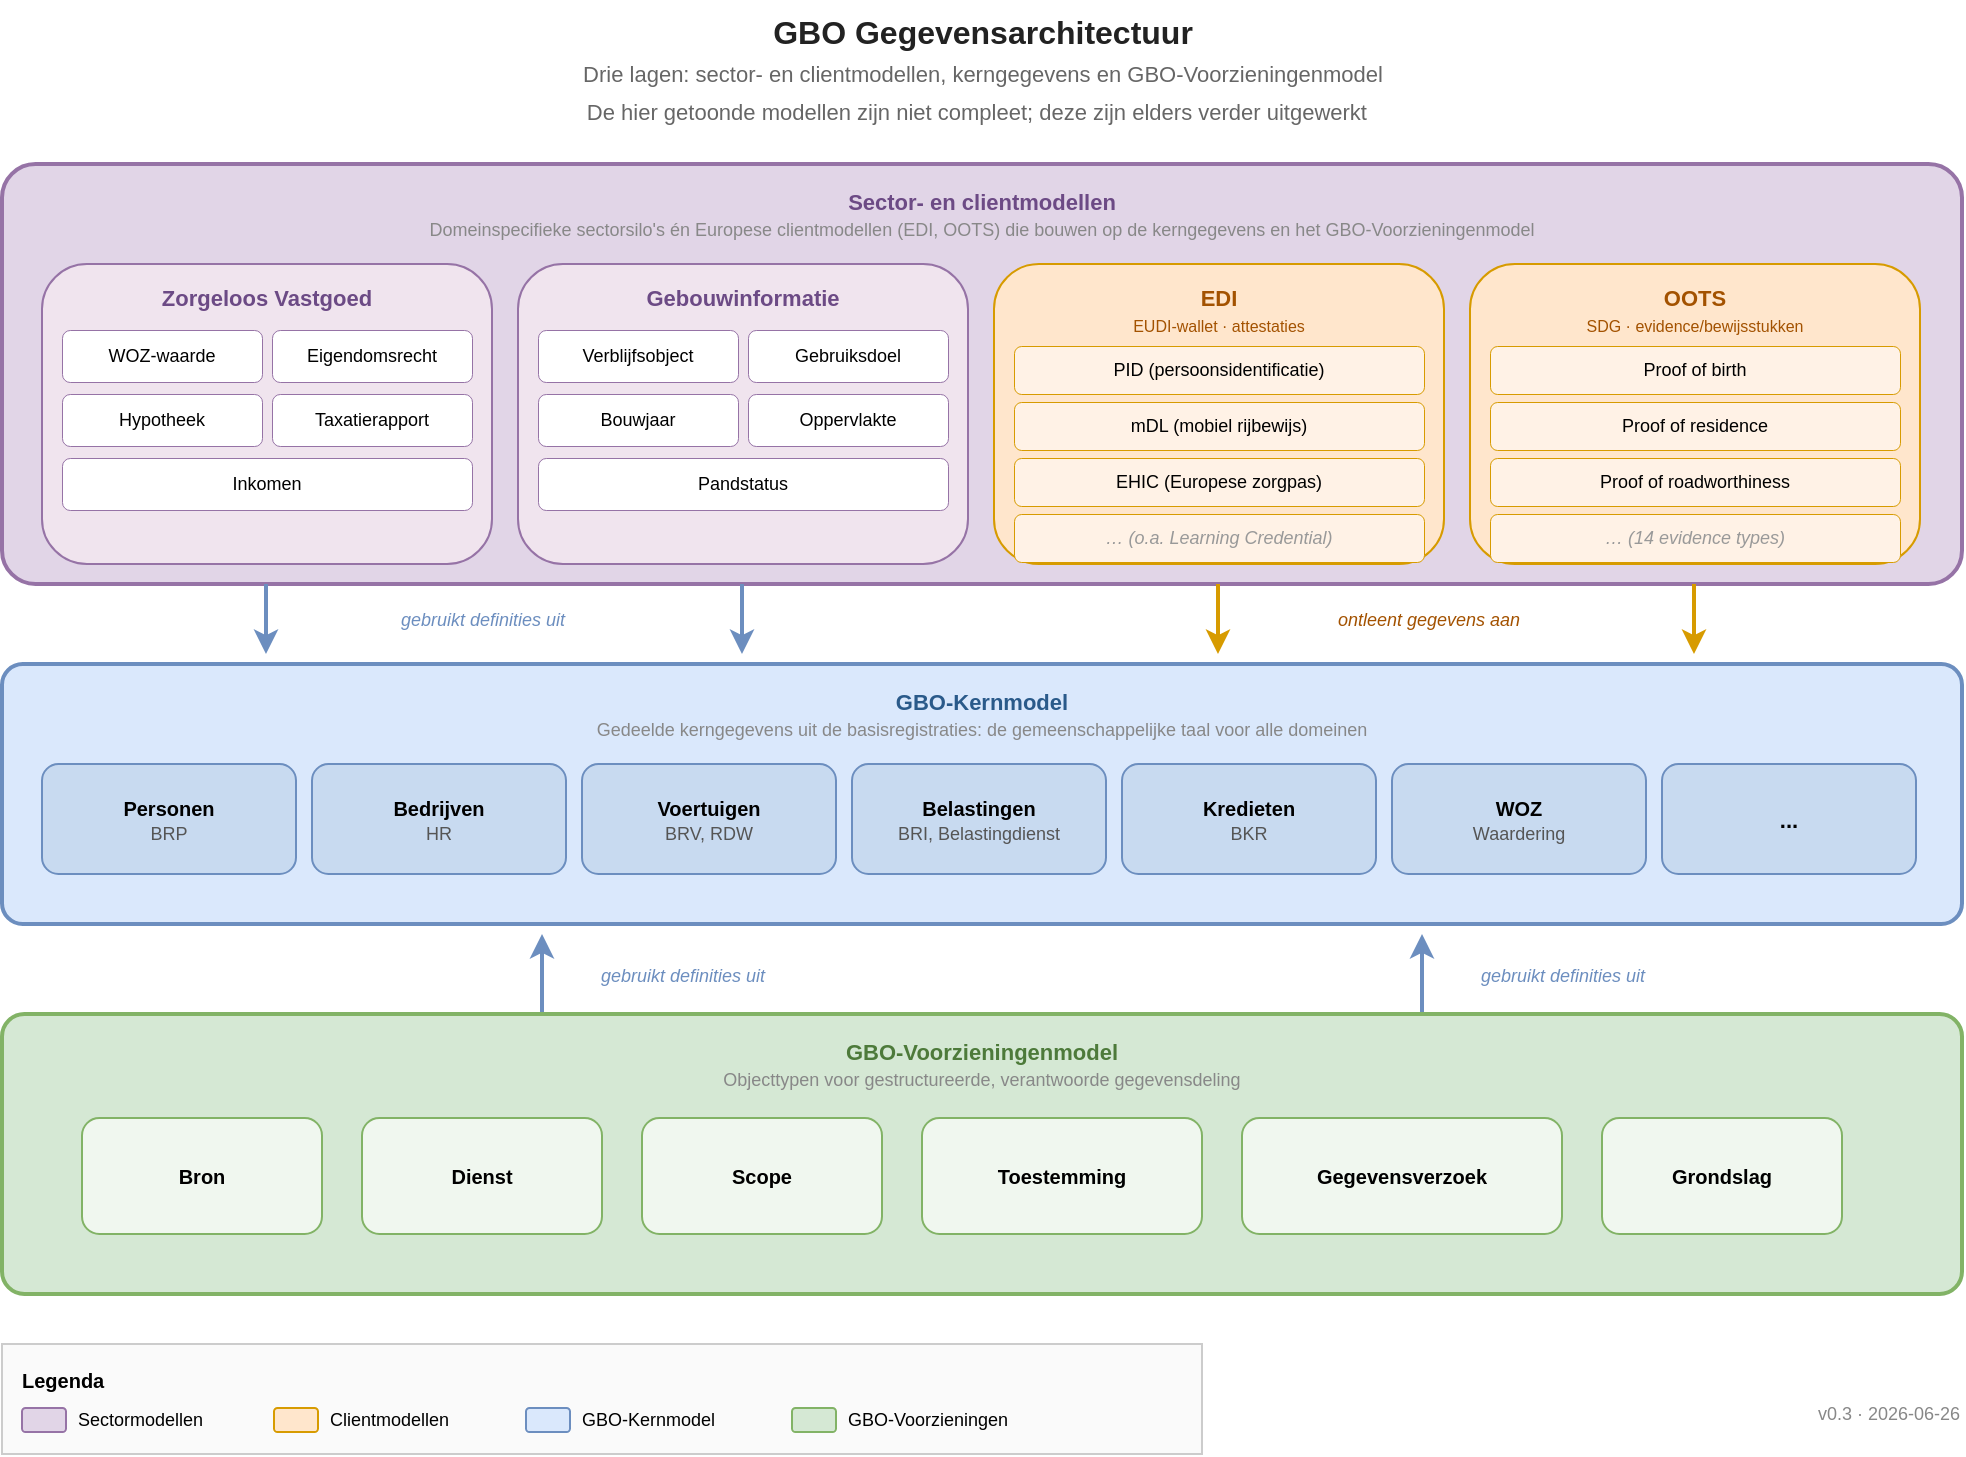
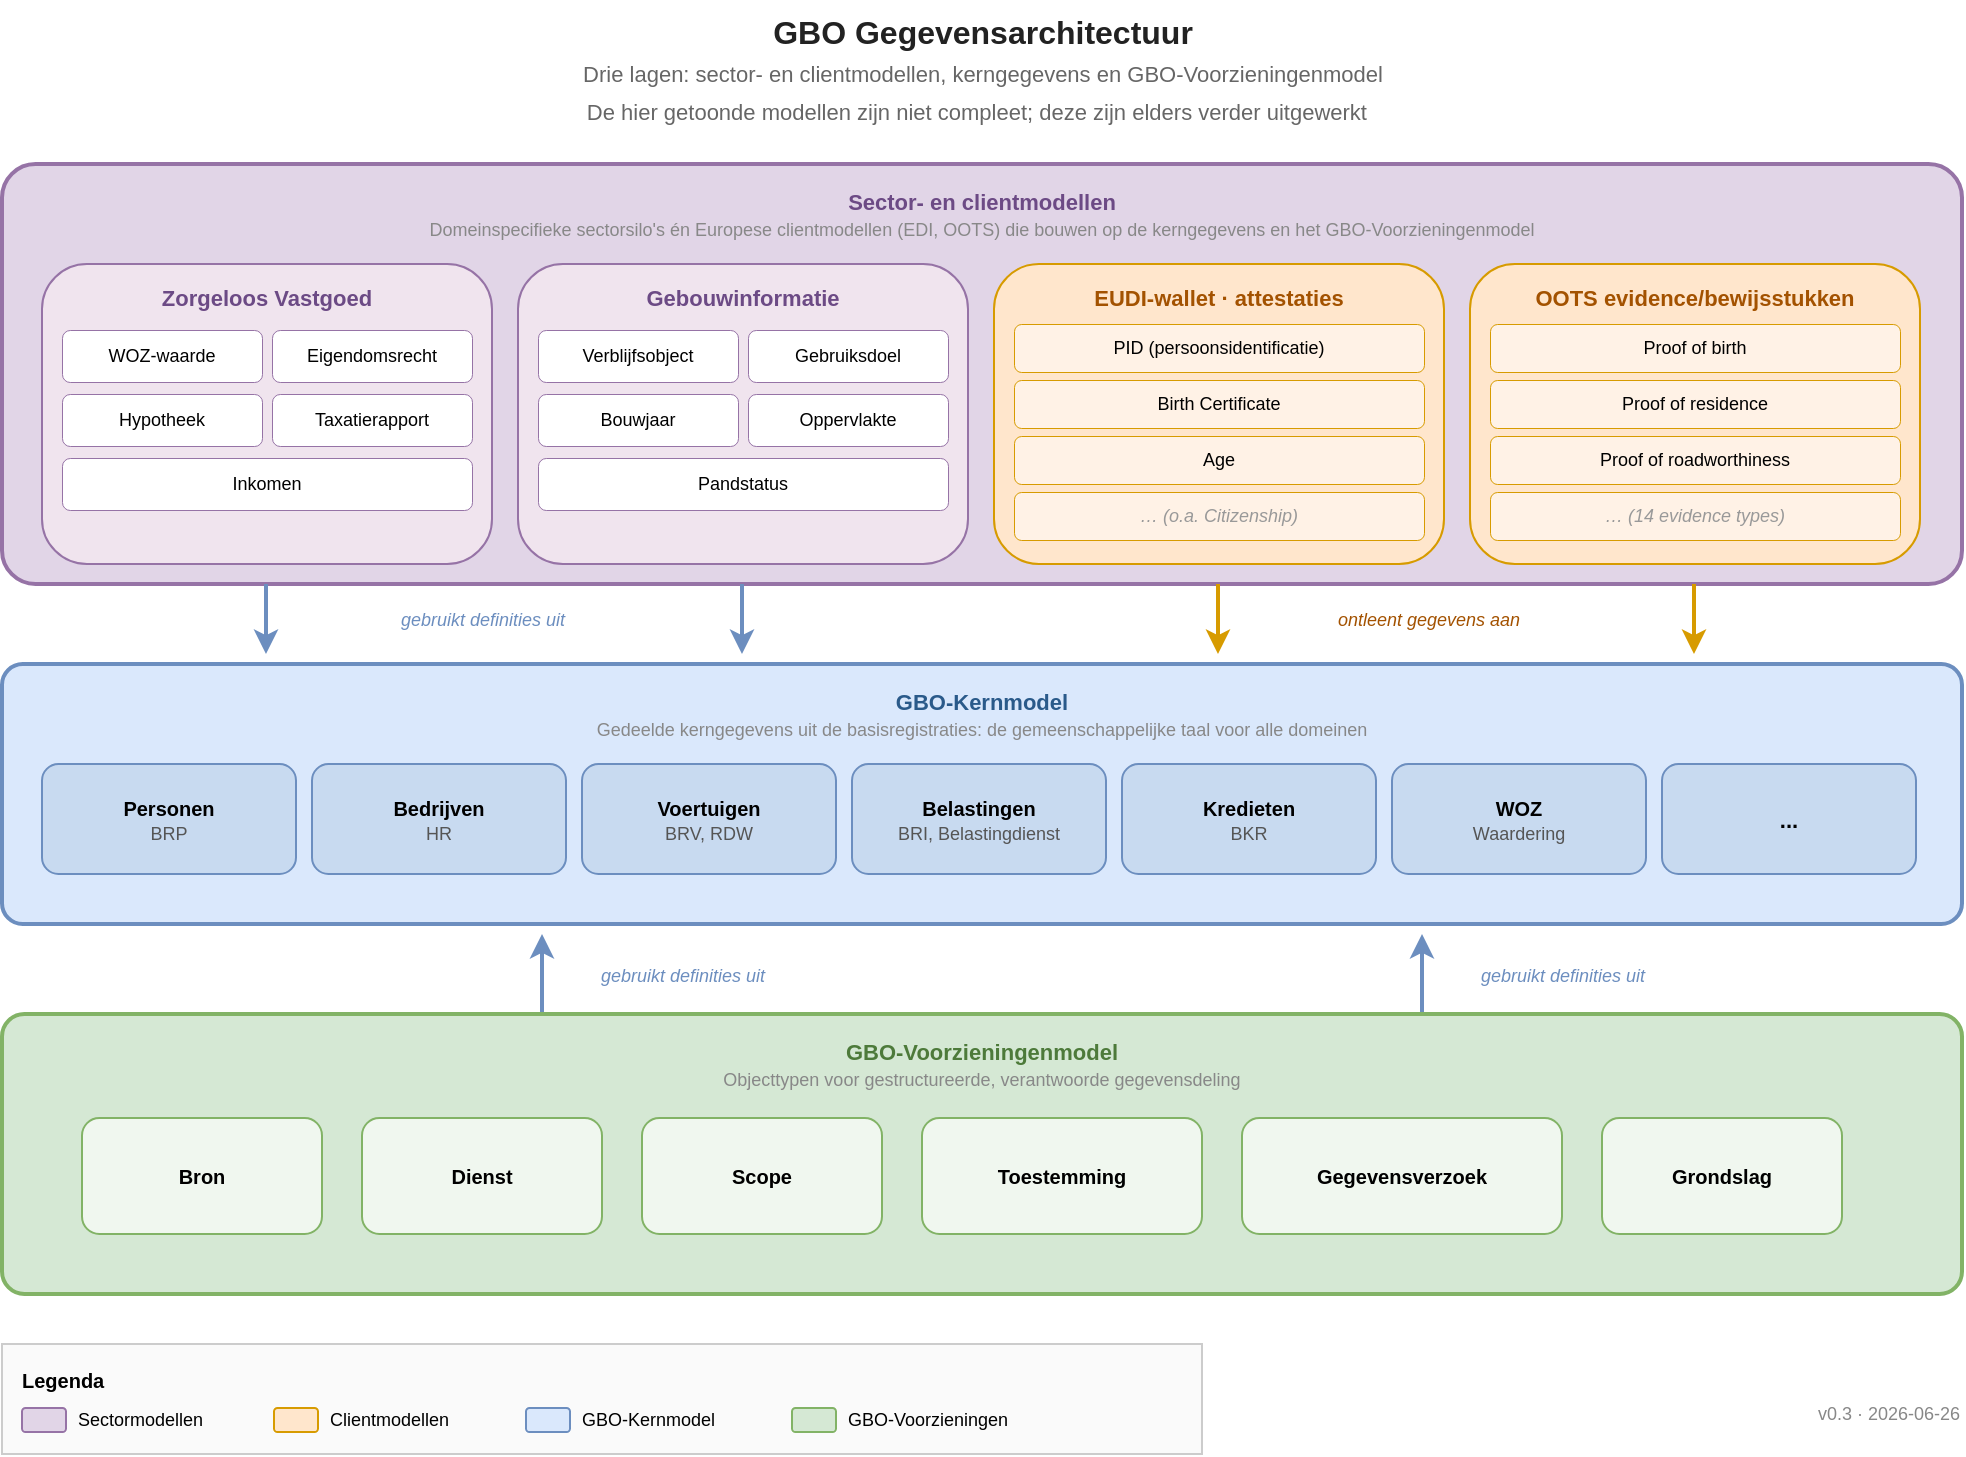
<mxfile host="Electron" agent="Mozilla/5.0 (Macintosh; Intel Mac OS X 10_15_7) AppleWebKit/537.36 (KHTML, like Gecko) draw.io/29.6.6 Chrome/144.0.7559.236 Electron/40.8.4 Safari/537.36">
  <diagram name="Gegevensarchitectuur" id="gbo-gegevensarchitectuur">
    <mxGraphModel dx="1006" dy="777" grid="1" gridSize="10" guides="1" tooltips="1" connect="1" arrows="1" fold="1" page="1" pageScale="1" pageWidth="1100" pageHeight="820" math="0" shadow="0">
      <root>
        <mxCell id="0" />
        <mxCell id="1" parent="0" />
        <mxCell id="title" parent="1" style="text;html=1;align=center;verticalAlign=middle;resizable=0;points=[];autosize=1;strokeColor=none;fillColor=none;fontSize=16;fontColor=#222222;" value="&lt;b&gt;GBO Gegevensarchitectuur&lt;/b&gt;&lt;br&gt;&lt;font style=&quot;font-size:11px;color:#666&quot;&gt;Drie lagen: sector- en clientmodellen, kerngegevens en GBO-Voorzieningenmodel&lt;/font&gt;&lt;div&gt;&lt;font style=&quot;font-size:11px;color:#666&quot;&gt;De hier getoonde modellen zijn niet compleet; deze zijn elders verder uitgewerkt&amp;nbsp;&amp;nbsp;&lt;/font&gt;&lt;/div&gt;" vertex="1">
          <mxGeometry height="70" width="410" x="345" y="11" as="geometry" />
        </mxCell>
        <mxCell id="layer-sector" parent="1" style="rounded=1;whiteSpace=wrap;html=1;fillColor=#e1d5e7;strokeColor=#9673a6;strokeWidth=2;verticalAlign=top;fontSize=11;fontColor=#6c4a85;align=center;spacingTop=6;arcSize=8;" value="&lt;b&gt;Sector- en clientmodellen&lt;/b&gt;&lt;br&gt;&lt;font style=&quot;font-size:9px;color:#888&quot;&gt;Domeinspecifieke sectorsilo&#39;s én Europese clientmodellen (EDI, OOTS) die bouwen op de kerngegevens en het GBO-Voorzieningenmodel&lt;/font&gt;" vertex="1">
          <mxGeometry height="210" width="980" x="60" y="93" as="geometry" />
        </mxCell>
        <mxCell id="silo-zv" parent="1" style="rounded=1;whiteSpace=wrap;html=1;fillColor=#f0e4ee;strokeColor=#9673a6;strokeWidth=1;verticalAlign=top;fontSize=11;fontColor=#6c4a85;align=center;spacingTop=4;" value="&lt;b&gt;Zorgeloos Vastgoed&lt;/b&gt;" vertex="1">
          <mxGeometry height="150" width="225" x="80" y="143" as="geometry" />
        </mxCell>
        <mxCell id="zv-woz" parent="1" style="rounded=1;whiteSpace=wrap;html=1;fillColor=#ffffff;strokeColor=#9673a6;strokeWidth=0.5;verticalAlign=middle;fontSize=9;" value="WOZ-waarde" vertex="1">
          <mxGeometry height="26" width="100" x="90" y="176" as="geometry" />
        </mxCell>
        <mxCell id="zv-eigendom" parent="1" style="rounded=1;whiteSpace=wrap;html=1;fillColor=#ffffff;strokeColor=#9673a6;strokeWidth=0.5;verticalAlign=middle;fontSize=9;" value="Eigendomsrecht" vertex="1">
          <mxGeometry height="26" width="100" x="195" y="176" as="geometry" />
        </mxCell>
        <mxCell id="zv-hypotheek" parent="1" style="rounded=1;whiteSpace=wrap;html=1;fillColor=#ffffff;strokeColor=#9673a6;strokeWidth=0.5;verticalAlign=middle;fontSize=9;" value="Hypotheek" vertex="1">
          <mxGeometry height="26" width="100" x="90" y="208" as="geometry" />
        </mxCell>
        <mxCell id="zv-taxatie" parent="1" style="rounded=1;whiteSpace=wrap;html=1;fillColor=#ffffff;strokeColor=#9673a6;strokeWidth=0.5;verticalAlign=middle;fontSize=9;" value="Taxatierapport" vertex="1">
          <mxGeometry height="26" width="100" x="195" y="208" as="geometry" />
        </mxCell>
        <mxCell id="zv-energie" parent="1" style="rounded=1;whiteSpace=wrap;html=1;fillColor=#ffffff;strokeColor=#9673a6;strokeWidth=0.5;verticalAlign=middle;fontSize=9;" value="Inkomen" vertex="1">
          <mxGeometry height="26" width="205" x="90" y="240" as="geometry" />
        </mxCell>
        <mxCell id="silo-gi" parent="1" style="rounded=1;whiteSpace=wrap;html=1;fillColor=#f0e4ee;strokeColor=#9673a6;strokeWidth=1;verticalAlign=top;fontSize=11;fontColor=#6c4a85;align=center;spacingTop=4;" value="&lt;b&gt;Gebouwinformatie&lt;/b&gt;" vertex="1">
          <mxGeometry height="150" width="225" x="318" y="143" as="geometry" />
        </mxCell>
        <mxCell id="gi-verblijf" parent="1" style="rounded=1;whiteSpace=wrap;html=1;fillColor=#ffffff;strokeColor=#9673a6;strokeWidth=0.5;verticalAlign=middle;fontSize=9;" value="Verblijfsobject" vertex="1">
          <mxGeometry height="26" width="100" x="328" y="176" as="geometry" />
        </mxCell>
        <mxCell id="gi-gebruik" parent="1" style="rounded=1;whiteSpace=wrap;html=1;fillColor=#ffffff;strokeColor=#9673a6;strokeWidth=0.5;verticalAlign=middle;fontSize=9;" value="Gebruiksdoel" vertex="1">
          <mxGeometry height="26" width="100" x="433" y="176" as="geometry" />
        </mxCell>
        <mxCell id="gi-bouwjaar" parent="1" style="rounded=1;whiteSpace=wrap;html=1;fillColor=#ffffff;strokeColor=#9673a6;strokeWidth=0.5;verticalAlign=middle;fontSize=9;" value="Bouwjaar" vertex="1">
          <mxGeometry height="26" width="100" x="328" y="208" as="geometry" />
        </mxCell>
        <mxCell id="gi-opp" parent="1" style="rounded=1;whiteSpace=wrap;html=1;fillColor=#ffffff;strokeColor=#9673a6;strokeWidth=0.5;verticalAlign=middle;fontSize=9;" value="Oppervlakte" vertex="1">
          <mxGeometry height="26" width="100" x="433" y="208" as="geometry" />
        </mxCell>
        <mxCell id="gi-status" parent="1" style="rounded=1;whiteSpace=wrap;html=1;fillColor=#ffffff;strokeColor=#9673a6;strokeWidth=0.5;verticalAlign=middle;fontSize=9;" value="Pandstatus" vertex="1">
          <mxGeometry height="26" width="205" x="328" y="240" as="geometry" />
        </mxCell>
-         <mxCell id="silo-edi" parent="1" style="rounded=1;whiteSpace=wrap;html=1;fillColor=#ffe6cc;strokeColor=#d79b00;strokeWidth=1;verticalAlign=top;fontSize=11;fontColor=#a35200;align=center;spacingTop=4;" value="&lt;b&gt;EDI&lt;/b&gt;&lt;br&gt;&lt;font style=&quot;font-size:8px;color:#a35200&quot;&gt;EUDI-wallet · attestaties&lt;/font&gt;" vertex="1">
+         <mxCell id="silo-edi" parent="1" style="rounded=1;whiteSpace=wrap;html=1;fillColor=#ffe6cc;strokeColor=#d79b00;strokeWidth=1;verticalAlign=top;fontSize=11;fontColor=#a35200;align=center;spacingTop=4;" value="&lt;font style=&quot;color: rgb(163, 82, 0);&quot;&gt;&lt;b&gt;EUDI-wallet · attestaties&lt;/b&gt;&lt;/font&gt;" vertex="1">
          <mxGeometry height="150" width="225" x="556" y="143" as="geometry" />
        </mxCell>
        <mxCell id="edi-pid" parent="1" style="rounded=1;whiteSpace=wrap;html=1;fillColor=#fff2e6;strokeColor=#d79b00;strokeWidth=0.5;verticalAlign=middle;fontSize=9;" value="PID (persoonsidentificatie)" vertex="1">
-           <mxGeometry height="24" width="205" x="566" y="184" as="geometry" />
-         </mxCell>
-         <mxCell id="edi-mdl" parent="1" style="rounded=1;whiteSpace=wrap;html=1;fillColor=#fff2e6;strokeColor=#d79b00;strokeWidth=0.5;verticalAlign=middle;fontSize=9;" value="mDL (mobiel rijbewijs)" vertex="1">
-           <mxGeometry height="24" width="205" x="566" y="212" as="geometry" />
-         </mxCell>
-         <mxCell id="edi-ehic" parent="1" style="rounded=1;whiteSpace=wrap;html=1;fillColor=#fff2e6;strokeColor=#d79b00;strokeWidth=0.5;verticalAlign=middle;fontSize=9;" value="EHIC (Europese zorgpas)" vertex="1">
-           <mxGeometry height="24" width="205" x="566" y="240" as="geometry" />
-         </mxCell>
-         <mxCell id="edi-meer" parent="1" style="rounded=1;whiteSpace=wrap;html=1;fillColor=#fff2e6;strokeColor=#d79b00;strokeWidth=0.5;verticalAlign=middle;fontSize=9;fontStyle=2;fontColor=#999999;" value="… (o.a. Learning Credential)" vertex="1">
-           <mxGeometry height="24" width="205" x="566" y="268" as="geometry" />
-         </mxCell>
-         <mxCell id="silo-oots" parent="1" style="rounded=1;whiteSpace=wrap;html=1;fillColor=#ffe6cc;strokeColor=#d79b00;strokeWidth=1;verticalAlign=top;fontSize=11;fontColor=#a35200;align=center;spacingTop=4;" value="&lt;b&gt;OOTS&lt;/b&gt;&lt;br&gt;&lt;font style=&quot;font-size:8px;color:#a35200&quot;&gt;SDG · evidence/bewijsstukken&lt;/font&gt;" vertex="1">
+           <mxGeometry height="24" width="205" x="566" y="173" as="geometry" />
+         </mxCell>
+         <mxCell id="edi-mdl" parent="1" style="rounded=1;whiteSpace=wrap;html=1;fillColor=#fff2e6;strokeColor=#d79b00;strokeWidth=0.5;verticalAlign=middle;fontSize=9;" value="Birth Certificate" vertex="1">
+           <mxGeometry height="24" width="205" x="566" y="201" as="geometry" />
+         </mxCell>
+         <mxCell id="edi-ehic" parent="1" style="rounded=1;whiteSpace=wrap;html=1;fillColor=#fff2e6;strokeColor=#d79b00;strokeWidth=0.5;verticalAlign=middle;fontSize=9;" value="Age" vertex="1">
+           <mxGeometry height="24" width="205" x="566" y="229" as="geometry" />
+         </mxCell>
+         <mxCell id="edi-meer" parent="1" style="rounded=1;whiteSpace=wrap;html=1;fillColor=#fff2e6;strokeColor=#d79b00;strokeWidth=0.5;verticalAlign=middle;fontSize=9;fontStyle=2;fontColor=#999999;" value="… (o.a. Citizenship)" vertex="1">
+           <mxGeometry height="24" width="205" x="566" y="257" as="geometry" />
+         </mxCell>
+         <mxCell id="silo-oots" parent="1" style="rounded=1;whiteSpace=wrap;html=1;fillColor=#ffe6cc;strokeColor=#d79b00;strokeWidth=1;verticalAlign=top;fontSize=11;fontColor=#a35200;align=center;spacingTop=4;" value="&lt;b&gt;OOTS&amp;nbsp;&lt;/b&gt;&lt;font style=&quot;color: rgb(163, 82, 0);&quot;&gt;&lt;b&gt;evidence/bewijsstukken&lt;/b&gt;&lt;/font&gt;" vertex="1">
          <mxGeometry height="150" width="225" x="794" y="143" as="geometry" />
        </mxCell>
        <mxCell id="oots-woonplaats" parent="1" style="rounded=1;whiteSpace=wrap;html=1;fillColor=#fff2e6;strokeColor=#d79b00;strokeWidth=0.5;verticalAlign=middle;fontSize=9;" value="Proof of birth" vertex="1">
-           <mxGeometry height="24" width="205" x="804" y="184" as="geometry" />
+           <mxGeometry height="24" width="205" x="804" y="173" as="geometry" />
        </mxCell>
        <mxCell id="oots-hr" parent="1" style="rounded=1;whiteSpace=wrap;html=1;fillColor=#fff2e6;strokeColor=#d79b00;strokeWidth=0.5;verticalAlign=middle;fontSize=9;" value="Proof of residence" vertex="1">
-           <mxGeometry height="24" width="205" x="804" y="212" as="geometry" />
+           <mxGeometry height="24" width="205" x="804" y="201" as="geometry" />
        </mxCell>
        <mxCell id="oots-kenteken" parent="1" style="rounded=1;whiteSpace=wrap;html=1;fillColor=#fff2e6;strokeColor=#d79b00;strokeWidth=0.5;verticalAlign=middle;fontSize=9;" value="Proof of roadworthiness" vertex="1">
-           <mxGeometry height="24" width="205" x="804" y="240" as="geometry" />
+           <mxGeometry height="24" width="205" x="804" y="229" as="geometry" />
        </mxCell>
        <mxCell id="oots-woz" parent="1" style="rounded=1;whiteSpace=wrap;html=1;fillColor=#fff2e6;strokeColor=#d79b00;strokeWidth=0.5;verticalAlign=middle;fontSize=9;fontStyle=2;fontColor=#999999;" value="… (14 evidence types)" vertex="1">
-           <mxGeometry height="24" width="205" x="804" y="268" as="geometry" />
+           <mxGeometry height="24" width="205" x="804" y="257" as="geometry" />
        </mxCell>
        <mxCell id="arrow-sc1" edge="1" parent="1" style="endArrow=classic;html=1;strokeColor=#6c8ebf;strokeWidth=2;">
          <mxGeometry relative="1" as="geometry">
            <mxPoint x="192" y="303" as="sourcePoint" />
            <mxPoint x="192" y="338" as="targetPoint" />
          </mxGeometry>
        </mxCell>
        <mxCell id="arrow-sc2" edge="1" parent="1" style="endArrow=classic;html=1;strokeColor=#6c8ebf;strokeWidth=2;">
          <mxGeometry relative="1" as="geometry">
            <mxPoint x="430" y="303" as="sourcePoint" />
            <mxPoint x="430" y="338" as="targetPoint" />
          </mxGeometry>
        </mxCell>
        <mxCell id="arrow-sc-label" parent="1" style="text;html=1;align=center;verticalAlign=middle;strokeColor=none;fillColor=none;fontSize=9;fontColor=#6c8ebf;fontStyle=2;" value="gebruikt definities uit" vertex="1">
          <mxGeometry height="18" width="120" x="240" y="312" as="geometry" />
        </mxCell>
        <mxCell id="arrow-sc3" edge="1" parent="1" style="endArrow=classic;html=1;strokeColor=#d79b00;strokeWidth=2;">
          <mxGeometry relative="1" as="geometry">
            <mxPoint x="668" y="303" as="sourcePoint" />
            <mxPoint x="668" y="338" as="targetPoint" />
          </mxGeometry>
        </mxCell>
        <mxCell id="arrow-sc4" edge="1" parent="1" style="endArrow=classic;html=1;strokeColor=#d79b00;strokeWidth=2;">
          <mxGeometry relative="1" as="geometry">
            <mxPoint x="906" y="303" as="sourcePoint" />
            <mxPoint x="906" y="338" as="targetPoint" />
          </mxGeometry>
        </mxCell>
        <mxCell id="arrow-sc-label2" parent="1" style="text;html=1;align=center;verticalAlign=middle;strokeColor=none;fillColor=none;fontSize=9;fontColor=#a35200;fontStyle=2;" value="ontleent gegevens aan" vertex="1">
          <mxGeometry height="18" width="130" x="708" y="312" as="geometry" />
        </mxCell>
        <mxCell id="layer-core" parent="1" style="rounded=1;whiteSpace=wrap;html=1;fillColor=#dae8fc;strokeColor=#6c8ebf;strokeWidth=2;verticalAlign=top;fontSize=11;fontColor=#2a5a8a;align=center;spacingTop=6;arcSize=8;" value="&lt;b&gt;GBO-Kernmodel&lt;/b&gt;&lt;br&gt;&lt;font style=&quot;font-size:9px;color:#888&quot;&gt;Gedeelde kerngegevens uit de basisregistraties: de gemeenschappelijke taal voor alle domeinen&lt;/font&gt;" vertex="1">
          <mxGeometry height="130" width="980" x="60" y="343" as="geometry" />
        </mxCell>
        <mxCell id="core-personen" parent="1" style="rounded=1;whiteSpace=wrap;html=1;fillColor=#c8daf0;strokeColor=#6c8ebf;strokeWidth=1;verticalAlign=middle;fontSize=10;" value="&lt;b&gt;Personen&lt;/b&gt;&lt;br&gt;&lt;font style=&quot;font-size:9px;color:#555&quot;&gt;BRP&lt;/font&gt;" vertex="1">
          <mxGeometry height="55" width="127" x="80" y="393" as="geometry" />
        </mxCell>
        <mxCell id="core-bedrijven" parent="1" style="rounded=1;whiteSpace=wrap;html=1;fillColor=#c8daf0;strokeColor=#6c8ebf;strokeWidth=1;verticalAlign=middle;fontSize=10;" value="&lt;b&gt;Bedrijven&lt;/b&gt;&lt;br&gt;&lt;font style=&quot;font-size:9px;color:#555&quot;&gt;HR&lt;/font&gt;" vertex="1">
          <mxGeometry height="55" width="127" x="215" y="393" as="geometry" />
        </mxCell>
        <mxCell id="core-voertuigen" parent="1" style="rounded=1;whiteSpace=wrap;html=1;fillColor=#c8daf0;strokeColor=#6c8ebf;strokeWidth=1;verticalAlign=middle;fontSize=10;" value="&lt;b&gt;Voertuigen&lt;/b&gt;&lt;br&gt;&lt;font style=&quot;font-size:9px;color:#555&quot;&gt;BRV, RDW&lt;/font&gt;" vertex="1">
          <mxGeometry height="55" width="127" x="350" y="393" as="geometry" />
        </mxCell>
        <mxCell id="core-belastingen" parent="1" style="rounded=1;whiteSpace=wrap;html=1;fillColor=#c8daf0;strokeColor=#6c8ebf;strokeWidth=1;verticalAlign=middle;fontSize=10;" value="&lt;b&gt;Belastingen&lt;/b&gt;&lt;br&gt;&lt;font style=&quot;font-size:9px;color:#555&quot;&gt;BRI, Belastingdienst&lt;/font&gt;" vertex="1">
          <mxGeometry height="55" width="127" x="485" y="393" as="geometry" />
        </mxCell>
        <mxCell id="core-kredieten" parent="1" style="rounded=1;whiteSpace=wrap;html=1;fillColor=#c8daf0;strokeColor=#6c8ebf;strokeWidth=1;verticalAlign=middle;fontSize=10;" value="&lt;b&gt;Kredieten&lt;/b&gt;&lt;br&gt;&lt;font style=&quot;font-size:9px;color:#555&quot;&gt;BKR&lt;/font&gt;" vertex="1">
          <mxGeometry height="55" width="127" x="620" y="393" as="geometry" />
        </mxCell>
        <mxCell id="core-woz" parent="1" style="rounded=1;whiteSpace=wrap;html=1;fillColor=#c8daf0;strokeColor=#6c8ebf;strokeWidth=1;verticalAlign=middle;fontSize=10;" value="&lt;b&gt;WOZ&lt;/b&gt;&lt;br&gt;&lt;font style=&quot;font-size:9px;color:#555&quot;&gt;Waardering&lt;/font&gt;" vertex="1">
          <mxGeometry height="55" width="127" x="755" y="393" as="geometry" />
        </mxCell>
        <mxCell id="core-overig" parent="1" style="rounded=1;whiteSpace=wrap;html=1;fillColor=#c8daf0;strokeColor=#6c8ebf;strokeWidth=1;verticalAlign=middle;fontSize=11;" value="&lt;b&gt;...&lt;/b&gt;" vertex="1">
          <mxGeometry height="55" width="127" x="890" y="393" as="geometry" />
        </mxCell>
        <mxCell id="arrow-gc1" edge="1" parent="1" style="endArrow=classic;html=1;strokeColor=#6c8ebf;strokeWidth=2;">
          <mxGeometry relative="1" as="geometry">
            <mxPoint x="330" y="518" as="sourcePoint" />
            <mxPoint x="330" y="478" as="targetPoint" />
          </mxGeometry>
        </mxCell>
        <mxCell id="arrow-gc1-label" parent="1" style="text;html=1;align=center;verticalAlign=middle;strokeColor=none;fillColor=none;fontSize=9;fontColor=#6c8ebf;fontStyle=2;" value="gebruikt definities uit" vertex="1">
          <mxGeometry height="18" width="120" x="340" y="490" as="geometry" />
        </mxCell>
        <mxCell id="arrow-gc2" edge="1" parent="1" style="endArrow=classic;html=1;strokeColor=#6c8ebf;strokeWidth=2;">
          <mxGeometry relative="1" as="geometry">
            <mxPoint x="770" y="518" as="sourcePoint" />
            <mxPoint x="770" y="478" as="targetPoint" />
          </mxGeometry>
        </mxCell>
        <mxCell id="arrow-gc2-label" parent="1" style="text;html=1;align=center;verticalAlign=middle;strokeColor=none;fillColor=none;fontSize=9;fontColor=#6c8ebf;fontStyle=2;" value="gebruikt definities uit" vertex="1">
          <mxGeometry height="18" width="120" x="780" y="490" as="geometry" />
        </mxCell>
        <mxCell id="layer-gbo" parent="1" style="rounded=1;whiteSpace=wrap;html=1;fillColor=#d5e8d4;strokeColor=#82b366;strokeWidth=2;verticalAlign=top;fontSize=11;fontColor=#4d7a3a;align=center;spacingTop=6;arcSize=8;" value="&lt;b&gt;GBO-Voorzieningenmodel&lt;/b&gt;&lt;br&gt;&lt;font style=&quot;font-size:9px;color:#888&quot;&gt;Objecttypen voor gestructureerde, verantwoorde gegevensdeling&lt;/font&gt;" vertex="1">
          <mxGeometry height="140" width="980" x="60" y="518" as="geometry" />
        </mxCell>
        <mxCell id="gbo-bron" parent="1" style="rounded=1;whiteSpace=wrap;html=1;fillColor=#f0f7ef;strokeColor=#82b366;strokeWidth=1;verticalAlign=middle;fontSize=10;" value="&lt;b&gt;Bron&lt;/b&gt;" vertex="1">
          <mxGeometry height="58" width="120" x="100" y="570" as="geometry" />
        </mxCell>
        <mxCell id="gbo-dienst" parent="1" style="rounded=1;whiteSpace=wrap;html=1;fillColor=#f0f7ef;strokeColor=#82b366;strokeWidth=1;verticalAlign=middle;fontSize=10;" value="&lt;b&gt;Dienst&lt;/b&gt;" vertex="1">
          <mxGeometry height="58" width="120" x="240" y="570" as="geometry" />
        </mxCell>
        <mxCell id="gbo-scope" parent="1" style="rounded=1;whiteSpace=wrap;html=1;fillColor=#f0f7ef;strokeColor=#82b366;strokeWidth=1;verticalAlign=middle;fontSize=10;" value="&lt;b&gt;Scope&lt;/b&gt;" vertex="1">
          <mxGeometry height="58" width="120" x="380" y="570" as="geometry" />
        </mxCell>
        <mxCell id="gbo-toestemming" parent="1" style="rounded=1;whiteSpace=wrap;html=1;fillColor=#f0f7ef;strokeColor=#82b366;strokeWidth=1;verticalAlign=middle;fontSize=10;" value="&lt;b&gt;Toestemming&lt;/b&gt;" vertex="1">
          <mxGeometry height="58" width="140" x="520" y="570" as="geometry" />
        </mxCell>
        <mxCell id="gbo-verzoek" parent="1" style="rounded=1;whiteSpace=wrap;html=1;fillColor=#f0f7ef;strokeColor=#82b366;strokeWidth=1;verticalAlign=middle;fontSize=10;" value="&lt;b&gt;Gegevensverzoek&lt;/b&gt;" vertex="1">
          <mxGeometry height="58" width="160" x="680" y="570" as="geometry" />
        </mxCell>
        <mxCell id="gbo-grondslag" parent="1" style="rounded=1;whiteSpace=wrap;html=1;fillColor=#f0f7ef;strokeColor=#82b366;strokeWidth=1;verticalAlign=middle;fontSize=10;" value="&lt;b&gt;Grondslag&lt;/b&gt;" vertex="1">
          <mxGeometry height="58" width="120" x="860" y="570" as="geometry" />
        </mxCell>
        <mxCell id="legend-box" parent="1" style="rounded=0;whiteSpace=wrap;html=1;fillColor=#fafafa;strokeColor=#cccccc;strokeWidth=1;verticalAlign=top;align=left;fontSize=10;spacingLeft=8;spacingTop=6;" value="&lt;b&gt;Legenda&lt;/b&gt;" vertex="1">
          <mxGeometry height="55" width="600" x="60" y="683" as="geometry" />
        </mxCell>
        <mxCell id="leg1" parent="1" style="rounded=1;whiteSpace=wrap;html=1;fillColor=#e1d5e7;strokeColor=#9673a6;strokeWidth=1;fontSize=9;" value="" vertex="1">
          <mxGeometry height="12" width="22" x="70" y="715" as="geometry" />
        </mxCell>
        <mxCell id="leg1t" parent="1" style="text;html=1;align=left;verticalAlign=middle;strokeColor=none;fillColor=none;fontSize=9;" value="Sectormodellen" vertex="1">
          <mxGeometry height="20" width="90" x="96" y="711" as="geometry" />
        </mxCell>
        <mxCell id="leg2" parent="1" style="rounded=1;whiteSpace=wrap;html=1;fillColor=#ffe6cc;strokeColor=#d79b00;strokeWidth=1;fontSize=9;" value="" vertex="1">
          <mxGeometry height="12" width="22" x="196" y="715" as="geometry" />
        </mxCell>
        <mxCell id="leg2t" parent="1" style="text;html=1;align=left;verticalAlign=middle;strokeColor=none;fillColor=none;fontSize=9;" value="Clientmodellen" vertex="1">
          <mxGeometry height="20" width="90" x="222" y="711" as="geometry" />
        </mxCell>
        <mxCell id="leg3" parent="1" style="rounded=1;whiteSpace=wrap;html=1;fillColor=#dae8fc;strokeColor=#6c8ebf;strokeWidth=1;fontSize=9;" value="" vertex="1">
          <mxGeometry height="12" width="22" x="322" y="715" as="geometry" />
        </mxCell>
        <mxCell id="leg3t" parent="1" style="text;html=1;align=left;verticalAlign=middle;strokeColor=none;fillColor=none;fontSize=9;" value="GBO-Kernmodel" vertex="1">
          <mxGeometry height="20" width="95" x="348" y="711" as="geometry" />
        </mxCell>
        <mxCell id="leg4" parent="1" style="rounded=1;whiteSpace=wrap;html=1;fillColor=#d5e8d4;strokeColor=#82b366;strokeWidth=1;fontSize=9;" value="" vertex="1">
          <mxGeometry height="12" width="22" x="455" y="715" as="geometry" />
        </mxCell>
        <mxCell id="leg4t" parent="1" style="text;html=1;align=left;verticalAlign=middle;strokeColor=none;fillColor=none;fontSize=9;" value="GBO-Voorzieningen" vertex="1">
          <mxGeometry height="20" width="120" x="481" y="711" as="geometry" />
        </mxCell>
        <mxCell id="version" parent="1" style="text;html=1;align=right;verticalAlign=middle;strokeColor=none;fillColor=none;fontSize=9;fontColor=#888888;" value="v0.3 &amp;middot; 2026-06-26" vertex="1">
          <mxGeometry height="20" width="160" x="880" y="708" as="geometry" />
        </mxCell>
      </root>
    </mxGraphModel>
  </diagram>
</mxfile>
